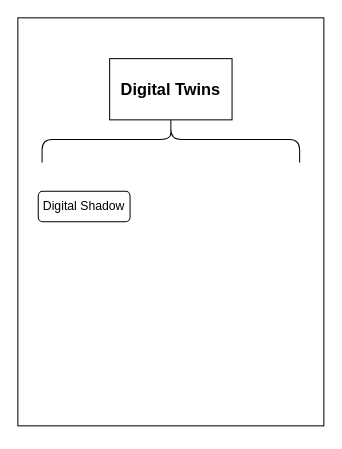
Earlier version of the draw.io diagram drawio/mams/dd-twins/DDTwins_Architecture.drawio (scrodrig/Diagrams). Source tidied: cells renumbered, new cells numbered last; positions are measured from the earlier drawing's top-left corner, leaving out a move shared by most shapes. Both pictures are drawn from the tidied source at 102%, with x=0, y=0 at pixel (17, 10).
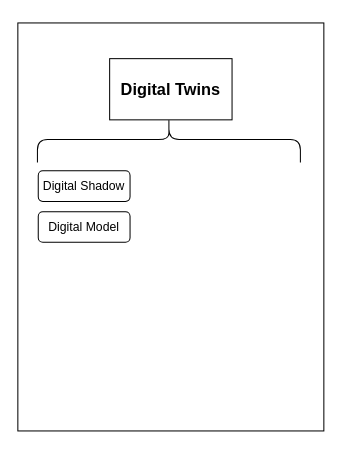
The same diagram, later.

Commit message:
Add digital model

Change to the diagram source:
```diff
@@
 <mxGraphModel>
   <root>
     <mxCell id="0" />
     <mxCell id="1" parent="0" />
     <mxCell id="2" style="rounded=0;whiteSpace=wrap;html=1;fillColor=default;" parent="1" vertex="1">
-      <mxGeometry y="7" width="300" height="400" as="geometry" />
+      <mxGeometry y="12" width="300" height="400" as="geometry" />
     </mxCell>
     <mxCell id="3" value="&lt;b&gt;&lt;font style=&quot;font-size: 16px;&quot;&gt;Digital Twins&lt;/font&gt;&lt;/b&gt;" style="rounded=0;whiteSpace=wrap;html=1;" parent="1" vertex="1">
       <mxGeometry x="90" y="47" width="120" height="60" as="geometry" />
     </mxCell>
     <mxCell id="4" style="shape=curlyBracket;whiteSpace=wrap;html=1;rounded=1;labelPosition=left;verticalLabelPosition=middle;align=right;verticalAlign=middle;rotation=90;" parent="1" vertex="1">
-      <mxGeometry x="127.5" width="45" height="252.5" as="geometry" />
+      <mxGeometry x="125.6" y="-2.6" width="45" height="257.8" as="geometry" />
     </mxCell>
     <mxCell id="5" value="Digital Shadow" style="rounded=1;whiteSpace=wrap;html=1;" parent="1" vertex="1">
-      <mxGeometry x="20" y="177" width="90" height="30" as="geometry" />
+      <mxGeometry x="20" y="157" width="90" height="30" as="geometry" />
     </mxCell>
+    <mxCell id="6" style="edgeStyle=orthogonalEdgeStyle;rounded=0;orthogonalLoop=1;jettySize=auto;html=1;exitX=0.5;exitY=1;exitDx=0;exitDy=0;" parent="1" edge="1" source="5" target="5">
+      <mxGeometry relative="1" as="geometry" />
+    </mxCell>
+    <mxCell id="7" value="Digital Model" style="rounded=1;whiteSpace=wrap;html=1;" parent="1" vertex="1">
+      <mxGeometry x="20" y="197" width="90" height="30" as="geometry" />
+    </mxCell>
   </root>
 </mxGraphModel>
```
